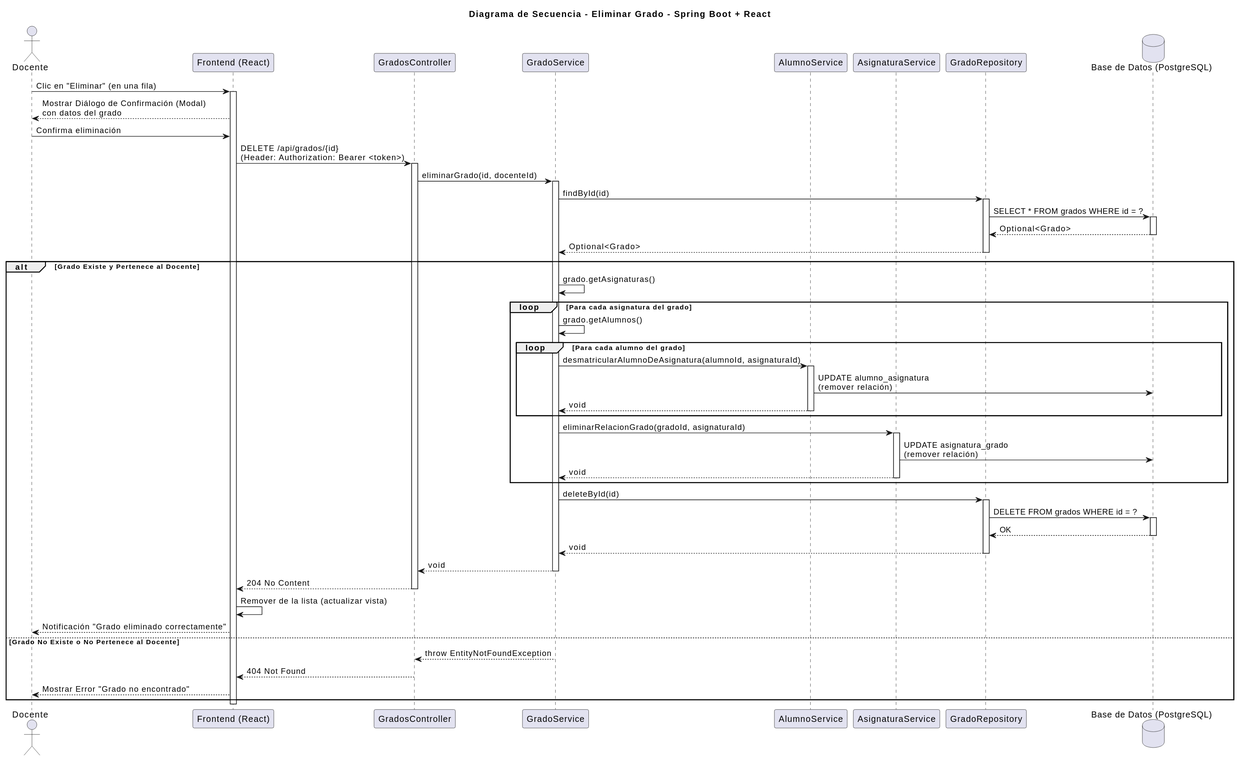
martinlopez7/25-26-idsw2-sdVC keeps this PlantUML diagram as images/diseño/eliminarGrado/secuencia.svg. Above is the earlier version.
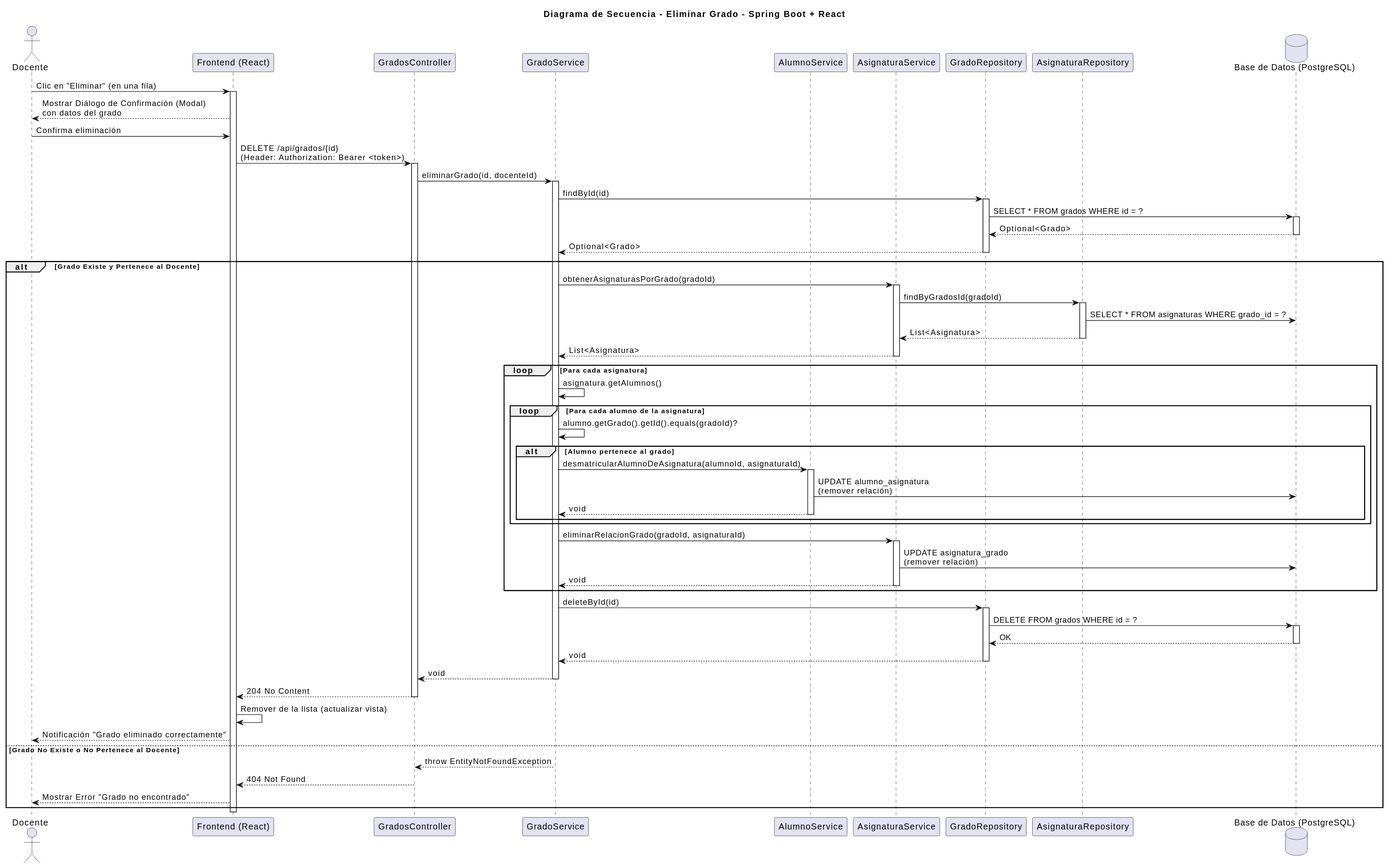
After the change.

Diff of the diagram source:
```diff
@@ -8,6 +8,7 @@
 participant "AlumnoService" as AlumnoService
 participant "AsignaturaService" as AsignaturaService
 participant "GradoRepository" as Repo
+participant "AsignaturaRepository" as AsignaturaRepo
 database "Base de Datos (PostgreSQL)" as DB
 
 Teacher -> FE: Clic en "Eliminar" (en una fila)
@@ -27,15 +28,26 @@
 Repo --> Service: Optional<Grado>
 deactivate Repo
 alt Grado Existe y Pertenece al Docente
-    Service -> Service: grado.getAsignaturas()
-    loop Para cada asignatura del grado
-        Service -> Service: grado.getAlumnos()
-        loop Para cada alumno del grado
-            Service -> AlumnoService: desmatricularAlumnoDeAsignatura(alumnoId, asignaturaId)
-            activate AlumnoService
-            AlumnoService -> DB: UPDATE alumno_asignatura\n(remover relación)
-            AlumnoService --> Service: void
-            deactivate AlumnoService
+    Service -> AsignaturaService: obtenerAsignaturasPorGrado(gradoId)
+    activate AsignaturaService
+    AsignaturaService -> AsignaturaRepo: findByGradosId(gradoId)
+    activate AsignaturaRepo
+    AsignaturaRepo -> DB: SELECT * FROM asignaturas WHERE grado_id = ?
+    AsignaturaRepo --> AsignaturaService: List<Asignatura>
+    deactivate AsignaturaRepo
+    AsignaturaService --> Service: List<Asignatura>
+    deactivate AsignaturaService
+    loop Para cada asignatura
+        Service -> Service: asignatura.getAlumnos()
+        loop Para cada alumno de la asignatura
+            Service -> Service: alumno.getGrado().getId().equals(gradoId)?
+            alt Alumno pertenece al grado
+                Service -> AlumnoService: desmatricularAlumnoDeAsignatura(alumnoId, asignaturaId)
+                activate AlumnoService
+                AlumnoService -> DB: UPDATE alumno_asignatura\n(remover relación)
+                AlumnoService --> Service: void
+                deactivate AlumnoService
+            end
         end
         Service -> AsignaturaService: eliminarRelacionGrado(gradoId, asignaturaId)
         activate AsignaturaService
```
